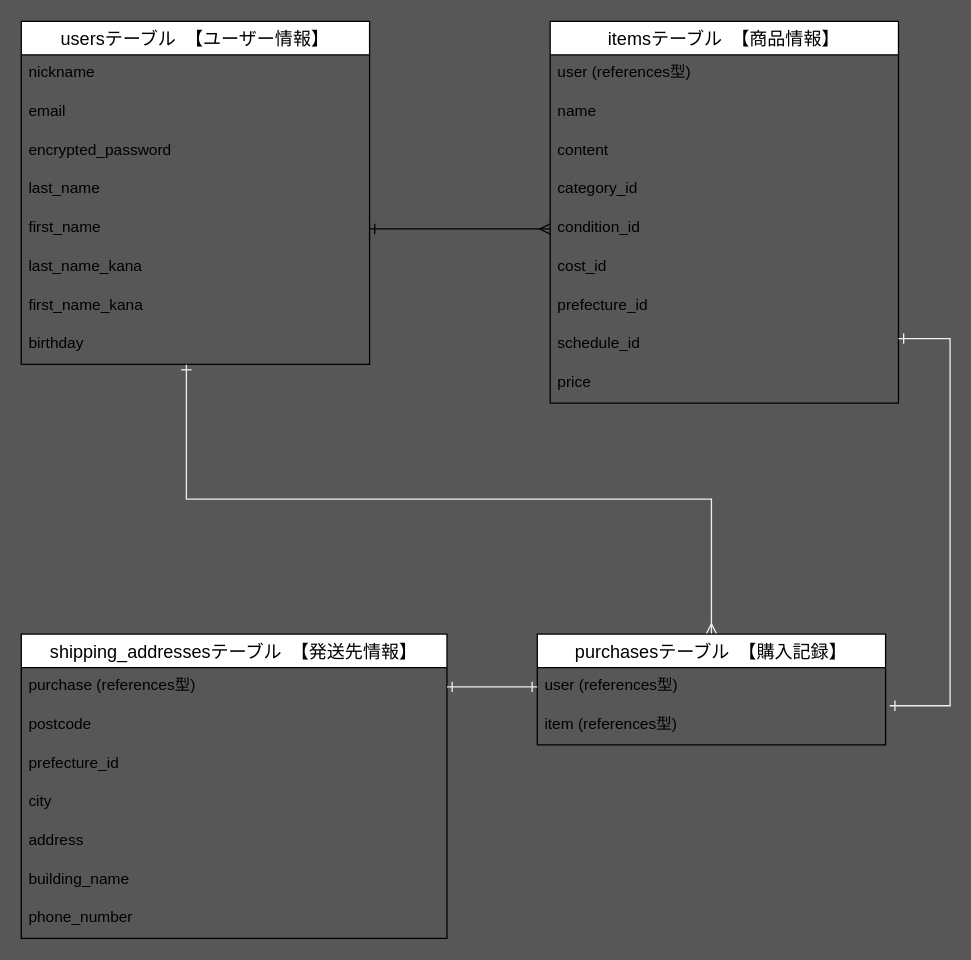
KayKawa/furima-35649 keeps this draw.io diagram as .dio. Above is the earlier version. Source tidied: cells renumbered, new cells numbered last; positions are measured from the earlier drawing's top-left corner, leaving out a move shared by most shapes. Both pictures are drawn from the tidied source at 129%, with x=0, y=0 at pixel (21, 21).
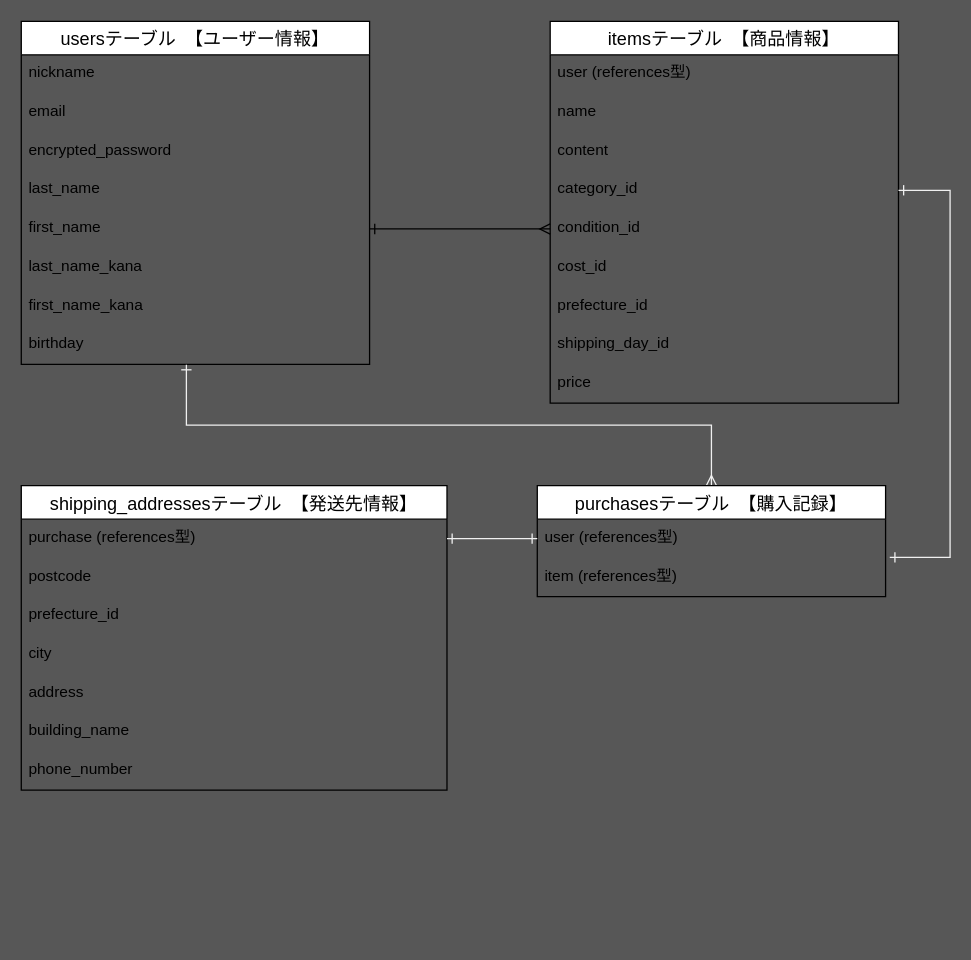
The same diagram, later.

The change refers to these unchanged cells:
```xml
<mxCell id="11" value="itemsテーブル　【商品情報】" style="swimlane;fontStyle=0;horizontal=1;startSize=26;align=center;fontSize=14;" parent="1" vertex="1">
  <mxGeometry x="410" width="270" height="296" as="geometry" />
</mxCell>
<mxCell id="15" value="category_id" style="text;strokeColor=none;fillColor=none;spacingLeft=4;spacingRight=4;overflow=hidden;points=[[0,0.5],[1,0.5]];portConstraint=eastwest;fontSize=12;" parent="11" vertex="1">
  <mxGeometry y="116" width="270" height="30" as="geometry" />
</mxCell>
<mxCell id="32" value="item (references型)" style="text;strokeColor=none;fillColor=none;spacingLeft=4;spacingRight=4;overflow=hidden;points=[[0,0.5],[1,0.5]];portConstraint=eastwest;fontSize=12;" parent="30" vertex="1">
  <mxGeometry y="56" width="270" height="30" as="geometry" />
</mxCell>
```

What changed in the source:
```diff
@@
-    <mxCell id="19" value="schedule_id" style="text;strokeColor=none;fillColor=none;spacingLeft=4;spacingRight=4;overflow=hidden;fontSize=12;" parent="11" vertex="1">
+    <mxCell id="19" value="shipping_day_id" style="text;strokeColor=none;fillColor=none;spacingLeft=4;spacingRight=4;overflow=hidden;fontSize=12;" parent="11" vertex="1">
       <mxGeometry y="236" width="270" height="30" as="geometry" />
     </mxCell>
@@
     <mxCell id="21" value="shipping_addressesテーブル　【発送先情報】" style="swimlane;fontStyle=0;horizontal=1;startSize=26;align=center;fontSize=14;" parent="1" vertex="1">
-      <mxGeometry y="475" width="330" height="236" as="geometry" />
+      <mxGeometry y="360" width="330" height="236" as="geometry" />
     </mxCell>
@@
     <mxCell id="30" value="purchasesテーブル　【購入記録】" style="swimlane;fontStyle=0;horizontal=1;startSize=26;align=center;fontSize=14;" parent="1" vertex="1">
-      <mxGeometry x="400" y="475" width="270" height="86" as="geometry" />
+      <mxGeometry x="400" y="360" width="270" height="86" as="geometry" />
     </mxCell>
@@
-    <mxCell id="34" style="edgeStyle=orthogonalEdgeStyle;rounded=0;jettySize=auto;html=1;exitX=1;exitY=0.5;exitDx=0;exitDy=0;startArrow=ERone;startFill=0;endArrow=ERone;endFill=0;strokeColor=#f0f0f0;entryX=1.012;entryY=-0.014;entryDx=0;entryDy=0;entryPerimeter=0;" parent="1" edge="1" target="32">
+    <mxCell id="34" style="edgeStyle=orthogonalEdgeStyle;rounded=0;jettySize=auto;html=1;exitX=1;exitY=0.5;exitDx=0;exitDy=0;startArrow=ERone;startFill=0;endArrow=ERone;endFill=0;strokeColor=#f0f0f0;entryX=1.012;entryY=-0.014;entryDx=0;entryDy=0;entryPerimeter=0;" parent="1" edge="1" source="15" target="32">
       <mxGeometry relative="1" as="geometry">
-        <mxPoint x="680" y="246" as="sourcePoint" />
         <Array as="points">
-          <mxPoint x="720" y="246" />
-          <mxPoint x="720" y="531" />
+          <mxPoint x="720" y="131" />
+          <mxPoint x="720" y="416" />
         </Array>
       </mxGeometry>
     </mxCell>
```
